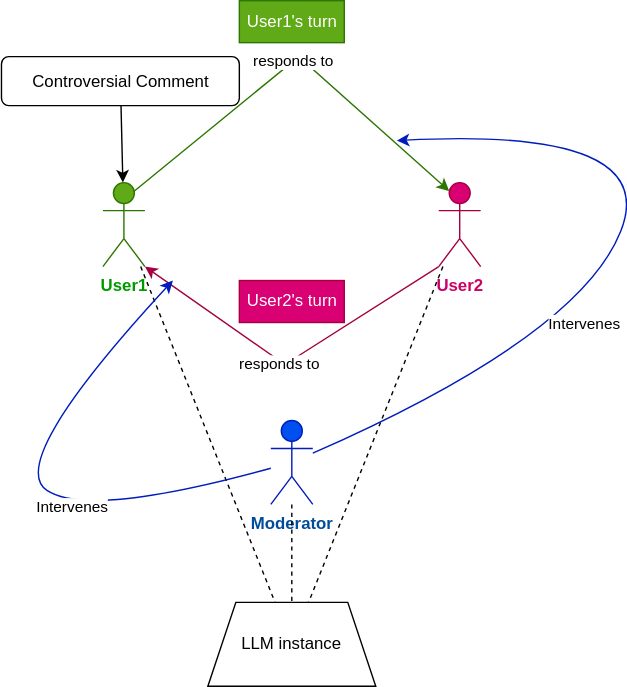
The draw.io diagram paper/resources/conversation_graph_part3.svg in dimits-ts/llm_moderation_research, before a commit. Source tidied: cells renumbered, new cells last; positions are measured from the earlier drawing's top-left corner, leaving out a move shared by most shapes.
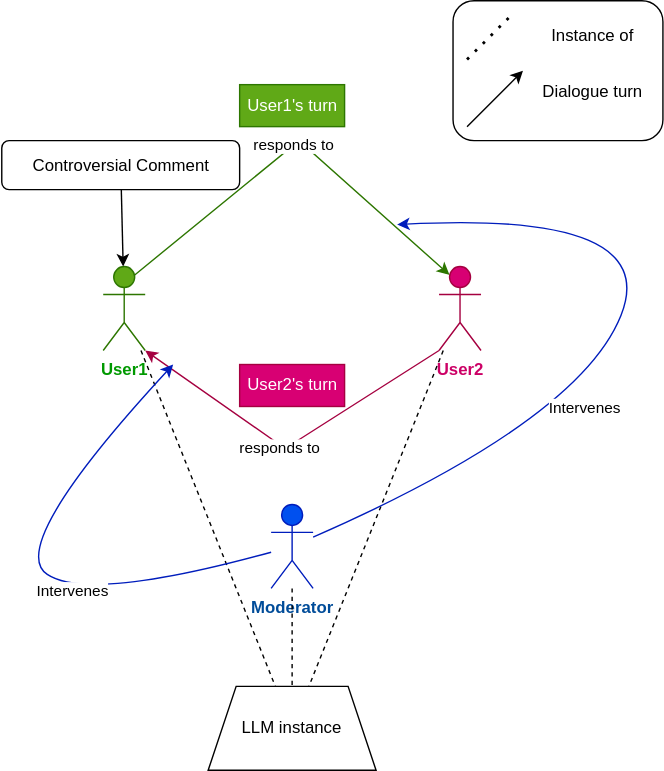
After the change.

Change to the diagram source:
```diff
@@ -79,5 +79,26 @@
     <mxCell id="20" value="Controversial&amp;nbsp;&lt;span style=&quot;background-color: initial;&quot;&gt;Comment&lt;/span&gt;" style="rounded=1;whiteSpace=wrap;html=1;" parent="1" vertex="1">
       <mxGeometry x="-0.5" y="40" width="170" height="35" as="geometry" />
     </mxCell>
+    <mxCell id="21" style="rounded=1;whiteSpace=wrap;html=1;" parent="1" vertex="1">
+      <mxGeometry x="322" y="-60" width="150" height="100" as="geometry" />
+    </mxCell>
+    <mxCell id="22" style="endArrow=none;dashed=1;html=1;dashPattern=1 3;strokeWidth=2;rounded=0;" parent="1" edge="1">
+      <mxGeometry relative="1" as="geometry">
+        <mxPoint x="332" y="-18" as="sourcePoint" />
+        <mxPoint x="362" y="-48" as="targetPoint" />
+      </mxGeometry>
+    </mxCell>
+    <mxCell id="23" value="Instance of" style="text;html=1;align=center;verticalAlign=middle;whiteSpace=wrap;rounded=0;" parent="1" vertex="1">
+      <mxGeometry x="382" y="-50" width="80" height="30" as="geometry" />
+    </mxCell>
+    <mxCell id="24" style="endArrow=classic;html=1;rounded=0;" parent="1" edge="1">
+      <mxGeometry relative="1" as="geometry">
+        <mxPoint x="332" y="30" as="sourcePoint" />
+        <mxPoint x="372" y="-10" as="targetPoint" />
+      </mxGeometry>
+    </mxCell>
+    <mxCell id="25" value="Dialogue turn" style="text;html=1;align=center;verticalAlign=middle;whiteSpace=wrap;rounded=0;" parent="1" vertex="1">
+      <mxGeometry x="382" y="-10" width="80" height="30" as="geometry" />
+    </mxCell>
   </root>
 </mxGraphModel>
```
